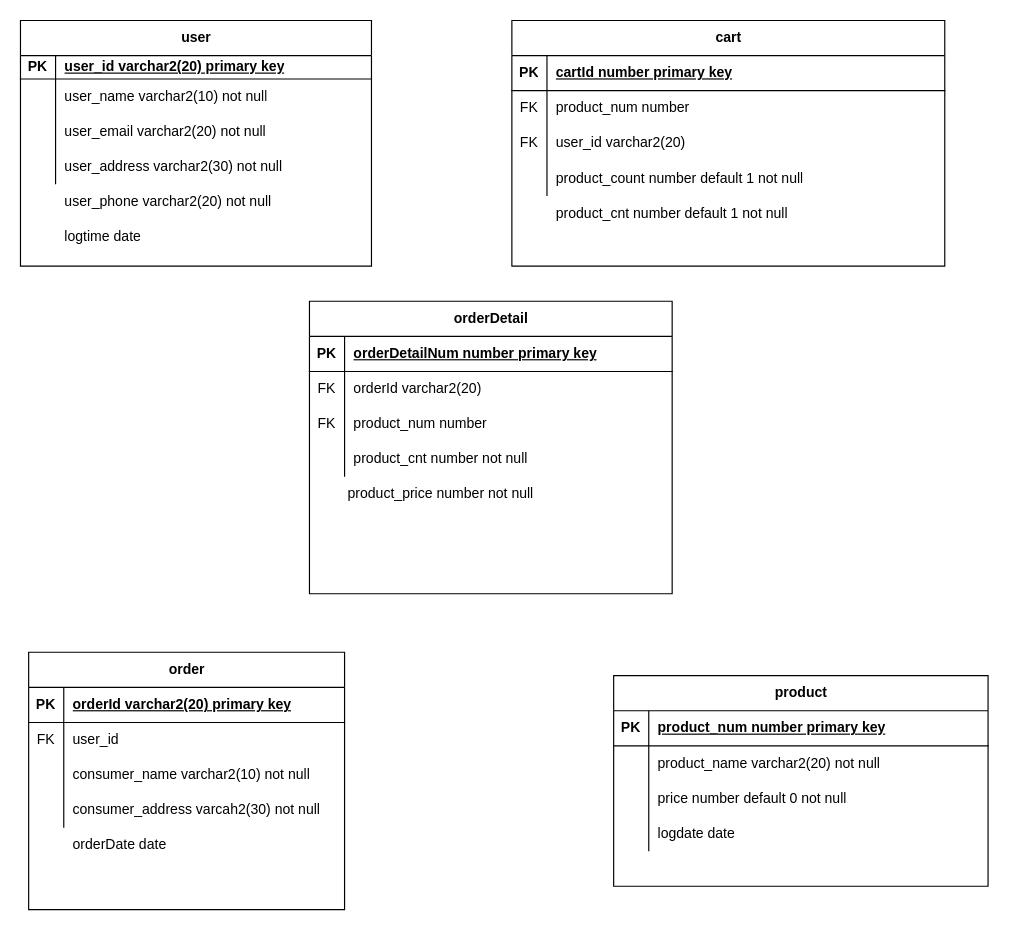
This is 제목 없는 다이어그램.drawio from jjh319/Homework, a draw.io file, before an edit. Source tidied: cells renumbered, new cells numbered last; positions are measured from the earlier drawing's top-left corner, leaving out a move shared by most shapes. Both pictures are drawn from the tidied source at 117%, with x=0, y=0 at pixel (20, 20).
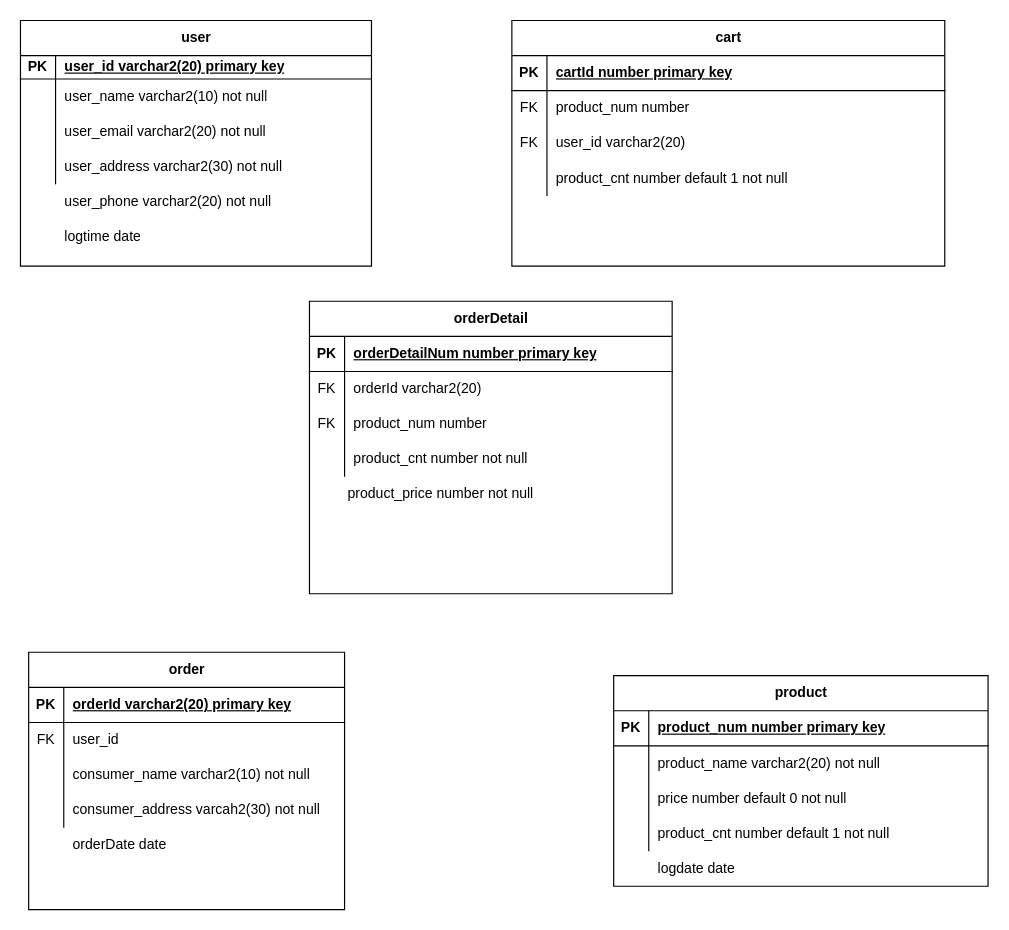
The same page after the edit.

Commit message:
테이블 설계 업데이트

Unchanged cells that the change refers to:
```xml
<mxCell id="12" style="shape=tableRow;horizontal=0;startSize=0;swimlaneHead=0;swimlaneBody=0;fillColor=none;top=0;left=0;right=0;bottom=0;" parent="2" vertex="1">
  <mxGeometry y="120" width="320" height="30" as="geometry" />
</mxCell>
<mxCell id="42" style="shape=tableRow;horizontal=0;startSize=0;swimlaneHead=0;swimlaneBody=0;fillColor=none;top=0;left=0;right=0;bottom=0;" parent="32" vertex="1">
  <mxGeometry y="120" width="370" height="30" as="geometry" />
</mxCell>
```

Diff of the diagram source:
```diff
@@
-    <mxCell id="14" value="logdate date" style="shape=partialRectangle;fillColor=none;top=0;left=0;bottom=0;right=0;align=left;spacingLeft=6;overflow=hidden;whiteSpace=wrap;html=1;" parent="12" vertex="1">
+    <mxCell id="14" value="product_cnt number default 1 not null" style="shape=partialRectangle;fillColor=none;top=0;left=0;bottom=0;right=0;align=left;spacingLeft=6;overflow=hidden;whiteSpace=wrap;html=1;" parent="12" vertex="1">
       <mxGeometry x="30" width="290" height="30" as="geometry" />
     </mxCell>
@@
-    <mxCell id="44" value="product_count number default 1 not null" style="shape=partialRectangle;fillColor=none;top=0;left=0;bottom=0;right=0;align=left;spacingLeft=6;overflow=hidden;whiteSpace=wrap;html=1;" parent="42" vertex="1">
+    <mxCell id="44" value="product_cnt number default 1 not null" style="shape=partialRectangle;fillColor=none;top=0;left=0;bottom=0;right=0;align=left;spacingLeft=6;overflow=hidden;whiteSpace=wrap;html=1;" parent="42" vertex="1">
       <mxGeometry x="30" width="340" height="30" as="geometry" />
     </mxCell>
-    <mxCell id="45" value="product_cnt number default 1 not null" style="shape=partialRectangle;fillColor=none;top=0;left=0;bottom=0;right=0;align=left;spacingLeft=6;overflow=hidden;whiteSpace=wrap;html=1;" parent="1" vertex="1">
-      <mxGeometry x="450" y="150" width="290" height="30" as="geometry" />
+    <mxCell id="45" value="logdate date" style="shape=partialRectangle;fillColor=none;top=0;left=0;bottom=0;right=0;align=left;spacingLeft=6;overflow=hidden;whiteSpace=wrap;html=1;" parent="1" vertex="1">
+      <mxGeometry x="537" y="710" width="290" height="30" as="geometry" />
     </mxCell>
```
